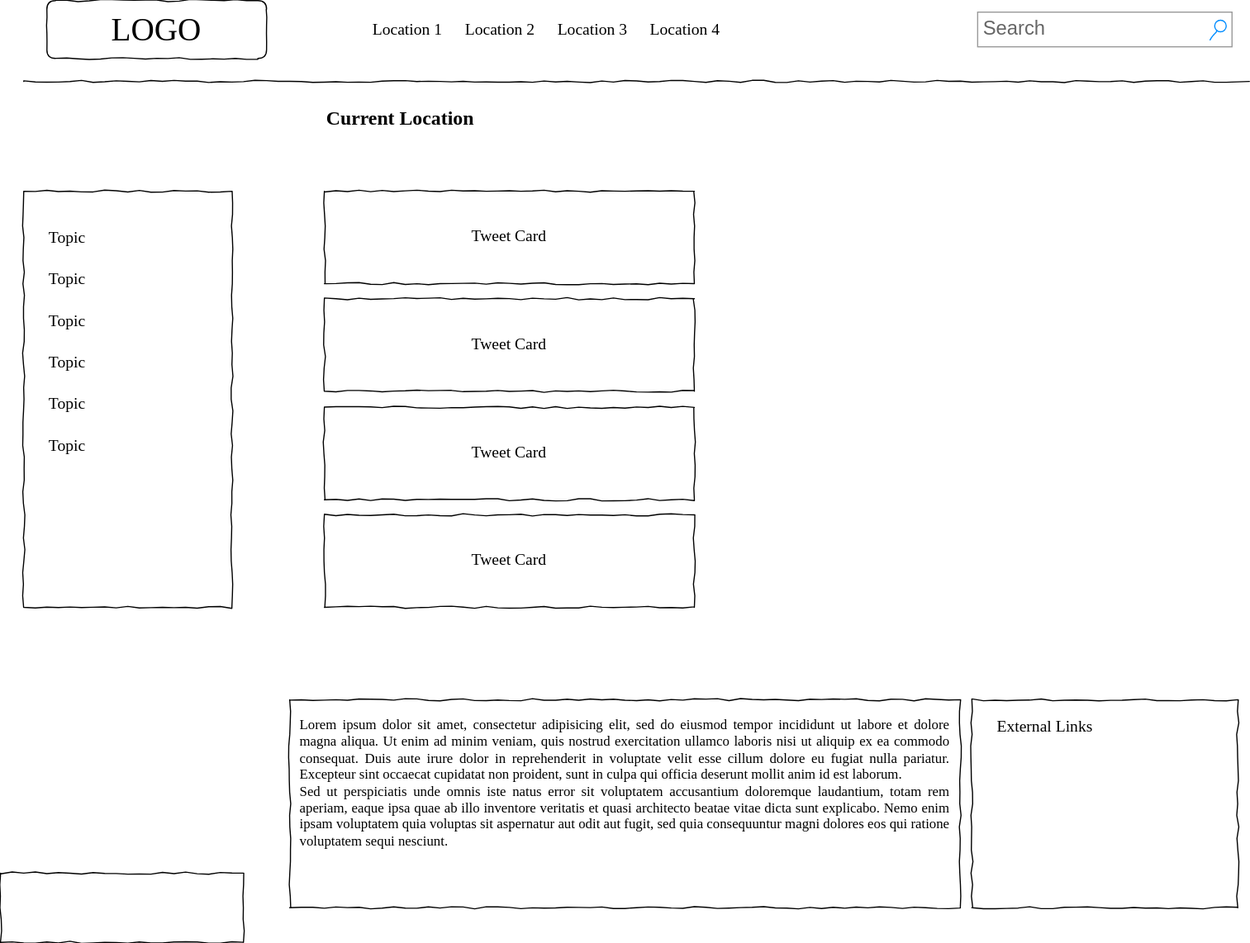
Paul-Newling-Slalom/golang-async-logging-library keeps this draw.io diagram as Untitled Diagram.drawio.svg. Above is the earlier version. Source tidied: cells renumbered, new cells last; positions are measured from the earlier drawing's top-left corner, leaving out a move shared by most shapes. The source it was exported from:
```xml
<mxGraphModel>
  <root>
    <mxCell id="0" />
    <mxCell id="1" parent="0" />
    <mxCell id="2" value="LOGO" style="whiteSpace=wrap;html=1;rounded=1;shadow=0;labelBackgroundColor=none;strokeWidth=1;fontFamily=Verdana;fontSize=28;align=center;comic=1;" parent="1" vertex="1">
      <mxGeometry x="40" width="190" height="50" as="geometry" />
    </mxCell>
    <mxCell id="3" value="Search" style="strokeWidth=1;shadow=0;dashed=0;align=center;html=1;shape=mxgraph.mockup.forms.searchBox;strokeColor=#999999;mainText=;strokeColor2=#008cff;fontColor=#666666;fontSize=17;align=left;spacingLeft=3;rounded=0;labelBackgroundColor=none;comic=1;" parent="1" vertex="1">
      <mxGeometry x="845" y="10" width="220" height="30" as="geometry" />
    </mxCell>
    <mxCell id="4" value="Location 1" style="text;html=1;align=left;verticalAlign=top;spacingTop=-4;fontSize=14;fontFamily=Verdana;" parent="1" vertex="1">
      <mxGeometry x="320" y="15" width="80" height="20" as="geometry" />
    </mxCell>
    <mxCell id="5" value="Location 2" style="text;html=1;align=left;verticalAlign=top;spacingTop=-4;fontSize=14;fontFamily=Verdana;" parent="1" vertex="1">
      <mxGeometry x="400" y="15" width="80" height="20" as="geometry" />
    </mxCell>
    <mxCell id="6" value="Location 3" style="text;html=1;align=left;verticalAlign=top;spacingTop=-4;fontSize=14;fontFamily=Verdana;" parent="1" vertex="1">
      <mxGeometry x="480" y="15" width="80" height="20" as="geometry" />
    </mxCell>
    <mxCell id="7" value="Location 4" style="text;html=1;align=left;verticalAlign=top;spacingTop=-4;fontSize=14;fontFamily=Verdana;" parent="1" vertex="1">
      <mxGeometry x="560" y="15" width="80" height="20" as="geometry" />
    </mxCell>
    <mxCell id="8" style="line;strokeWidth=1;html=1;rounded=0;shadow=0;labelBackgroundColor=none;fillColor=none;fontFamily=Verdana;fontSize=14;fontColor=#000000;align=center;comic=1;" parent="1" vertex="1">
      <mxGeometry x="20" y="25" width="1060" height="90" as="geometry" />
    </mxCell>
    <mxCell id="9" value="Current Location" style="text;html=1;align=left;verticalAlign=top;spacingTop=-4;fontSize=17;fontFamily=Verdana;fontStyle=1;" parent="1" vertex="1">
      <mxGeometry x="280" y="90" width="150" height="35" as="geometry" />
    </mxCell>
    <mxCell id="10" value="&lt;div style=&quot;text-align: justify&quot;&gt;&lt;span&gt;Lorem ipsum dolor sit amet, consectetur adipisicing elit, sed do eiusmod tempor incididunt ut labore et dolore magna aliqua. Ut enim ad minim veniam, quis nostrud exercitation ullamco laboris nisi ut aliquip ex ea commodo consequat. Duis aute irure dolor in reprehenderit in voluptate velit esse cillum dolore eu fugiat nulla pariatur. Excepteur sint occaecat cupidatat non proident, sunt in culpa qui officia deserunt mollit anim id est laborum.&lt;/span&gt;&lt;/div&gt;&lt;div style=&quot;text-align: justify&quot;&gt;&lt;span&gt;Sed ut perspiciatis unde omnis iste natus error sit voluptatem accusantium doloremque laudantium, totam rem aperiam, eaque ipsa quae ab illo inventore veritatis et quasi architecto beatae vitae dicta sunt explicabo. Nemo enim ipsam voluptatem quia voluptas sit aspernatur aut odit aut fugit, sed quia consequuntur magni dolores eos qui ratione voluptatem sequi nesciunt.&amp;nbsp;&lt;/span&gt;&lt;/div&gt;" style="whiteSpace=wrap;html=1;rounded=0;shadow=0;labelBackgroundColor=none;strokeWidth=1;fillColor=none;fontFamily=Verdana;fontSize=12;align=center;verticalAlign=top;spacing=10;comic=1;" parent="1" vertex="1">
      <mxGeometry x="250" y="605" width="580" height="180" as="geometry" />
    </mxCell>
    <mxCell id="11" style="whiteSpace=wrap;html=1;rounded=0;shadow=0;labelBackgroundColor=none;strokeWidth=1;fillColor=none;fontFamily=Verdana;fontSize=12;align=center;comic=1;" parent="1" vertex="1">
      <mxGeometry x="20" y="165" width="180" height="360" as="geometry" />
    </mxCell>
    <mxCell id="12" style="whiteSpace=wrap;html=1;rounded=0;shadow=0;labelBackgroundColor=none;strokeWidth=1;fillColor=none;fontFamily=Verdana;fontSize=12;align=center;comic=1;" parent="1" vertex="1">
      <mxGeometry x="840" y="605" width="230" height="180" as="geometry" />
    </mxCell>
    <mxCell id="13" value="External Links" style="text;html=1;align=left;verticalAlign=top;spacingTop=-4;fontSize=14;fontFamily=Verdana;" parent="1" vertex="1">
      <mxGeometry x="860" y="618" width="170" height="20" as="geometry" />
    </mxCell>
    <mxCell id="14" value="Topic" style="text;html=1;align=left;verticalAlign=top;spacingTop=-4;fontSize=14;fontFamily=Verdana;" parent="1" vertex="1">
      <mxGeometry x="40" y="195" width="170" height="20" as="geometry" />
    </mxCell>
    <mxCell id="15" value="Topic" style="text;html=1;align=left;verticalAlign=top;spacingTop=-4;fontSize=14;fontFamily=Verdana;" parent="1" vertex="1">
      <mxGeometry x="40" y="231" width="170" height="20" as="geometry" />
    </mxCell>
    <mxCell id="16" value="Tweet Card" style="whiteSpace=wrap;html=1;rounded=0;shadow=0;labelBackgroundColor=none;strokeWidth=1;fontFamily=Verdana;fontSize=14;align=center;comic=1;" parent="1" vertex="1">
      <mxGeometry x="280" y="165" width="320" height="80" as="geometry" />
    </mxCell>
    <mxCell id="17" value="Tweet Card" style="whiteSpace=wrap;html=1;rounded=0;shadow=0;labelBackgroundColor=none;strokeWidth=1;fontFamily=Verdana;fontSize=14;align=center;comic=1;" parent="1" vertex="1">
      <mxGeometry x="280" y="258" width="320" height="80" as="geometry" />
    </mxCell>
    <mxCell id="18" value="Tweet Card" style="whiteSpace=wrap;html=1;rounded=0;shadow=0;labelBackgroundColor=none;strokeWidth=1;fontFamily=Verdana;fontSize=14;align=center;comic=1;" parent="1" vertex="1">
      <mxGeometry x="280" y="352" width="320" height="80" as="geometry" />
    </mxCell>
    <mxCell id="19" value="Tweet Card" style="whiteSpace=wrap;html=1;rounded=0;shadow=0;labelBackgroundColor=none;strokeWidth=1;fontFamily=Verdana;fontSize=14;align=center;comic=1;" parent="1" vertex="1">
      <mxGeometry x="280" y="445" width="320" height="80" as="geometry" />
    </mxCell>
    <mxCell id="20" style="whiteSpace=wrap;html=1;rounded=0;shadow=0;labelBackgroundColor=none;strokeColor=#000000;strokeWidth=1;fillColor=none;fontFamily=Verdana;fontSize=12;fontColor=#000000;align=center;comic=1;" parent="1" vertex="1">
      <mxGeometry y="755" width="210" height="60" as="geometry" />
    </mxCell>
    <mxCell id="21" value="Topic" style="text;html=1;align=left;verticalAlign=top;spacingTop=-4;fontSize=14;fontFamily=Verdana;" parent="1" vertex="1">
      <mxGeometry x="40" y="267" width="170" height="20" as="geometry" />
    </mxCell>
    <mxCell id="22" value="Topic" style="text;html=1;align=left;verticalAlign=top;spacingTop=-4;fontSize=14;fontFamily=Verdana;" parent="1" vertex="1">
      <mxGeometry x="40" y="303" width="170" height="20" as="geometry" />
    </mxCell>
    <mxCell id="23" value="Topic" style="text;html=1;align=left;verticalAlign=top;spacingTop=-4;fontSize=14;fontFamily=Verdana;" parent="1" vertex="1">
      <mxGeometry x="40" y="339" width="170" height="20" as="geometry" />
    </mxCell>
    <mxCell id="24" value="Topic" style="text;html=1;align=left;verticalAlign=top;spacingTop=-4;fontSize=14;fontFamily=Verdana;" parent="1" vertex="1">
      <mxGeometry x="40" y="375" width="170" height="20" as="geometry" />
    </mxCell>
  </root>
</mxGraphModel>
```
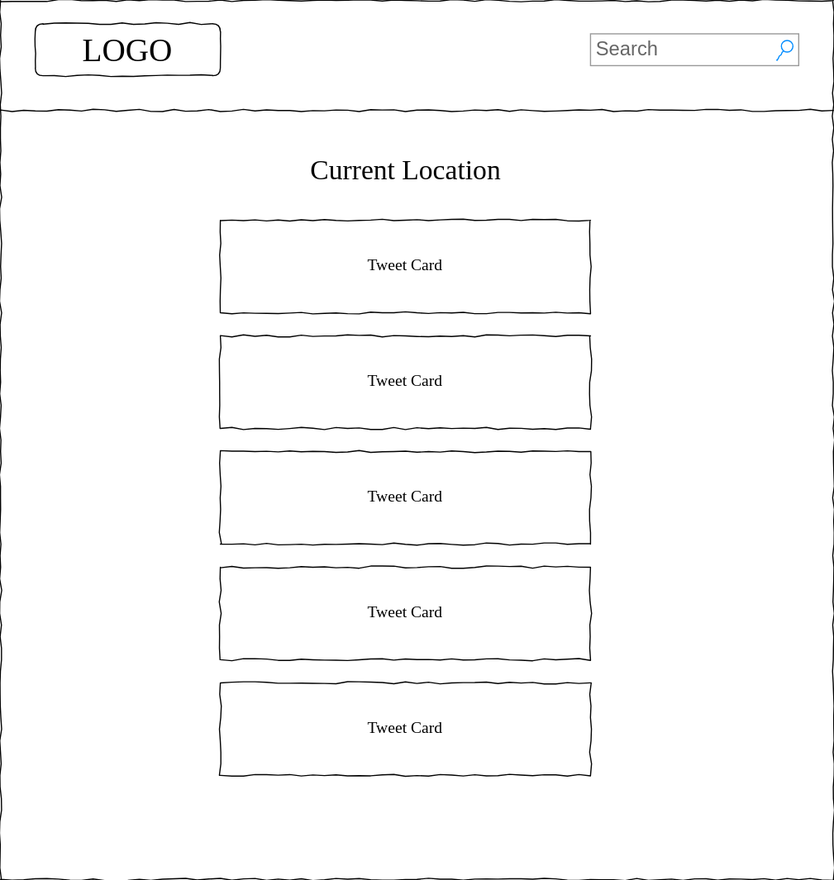
After the commit.

Diff of the diagram source:
```diff
@@ -3,73 +3,34 @@
     <mxCell id="0" />
     <mxCell id="1" parent="0" />
     <mxCell id="2" value="LOGO" style="whiteSpace=wrap;html=1;rounded=1;shadow=0;labelBackgroundColor=none;strokeWidth=1;fontFamily=Verdana;fontSize=28;align=center;comic=1;" parent="1" vertex="1">
-      <mxGeometry x="40" width="190" height="50" as="geometry" />
+      <mxGeometry x="230" y="-5" width="160" height="45" as="geometry" />
     </mxCell>
     <mxCell id="3" value="Search" style="strokeWidth=1;shadow=0;dashed=0;align=center;html=1;shape=mxgraph.mockup.forms.searchBox;strokeColor=#999999;mainText=;strokeColor2=#008cff;fontColor=#666666;fontSize=17;align=left;spacingLeft=3;rounded=0;labelBackgroundColor=none;comic=1;" parent="1" vertex="1">
-      <mxGeometry x="845" y="10" width="220" height="30" as="geometry" />
+      <mxGeometry x="710" y="3.8" width="180" height="27.5" as="geometry" />
     </mxCell>
-    <mxCell id="4" value="Location 1" style="text;html=1;align=left;verticalAlign=top;spacingTop=-4;fontSize=14;fontFamily=Verdana;" parent="1" vertex="1">
-      <mxGeometry x="320" y="15" width="80" height="20" as="geometry" />
-    </mxCell>
-    <mxCell id="5" value="Location 2" style="text;html=1;align=left;verticalAlign=top;spacingTop=-4;fontSize=14;fontFamily=Verdana;" parent="1" vertex="1">
-      <mxGeometry x="400" y="15" width="80" height="20" as="geometry" />
-    </mxCell>
-    <mxCell id="6" value="Location 3" style="text;html=1;align=left;verticalAlign=top;spacingTop=-4;fontSize=14;fontFamily=Verdana;" parent="1" vertex="1">
-      <mxGeometry x="480" y="15" width="80" height="20" as="geometry" />
-    </mxCell>
-    <mxCell id="7" value="Location 4" style="text;html=1;align=left;verticalAlign=top;spacingTop=-4;fontSize=14;fontFamily=Verdana;" parent="1" vertex="1">
-      <mxGeometry x="560" y="15" width="80" height="20" as="geometry" />
-    </mxCell>
     <mxCell id="8" style="line;strokeWidth=1;html=1;rounded=0;shadow=0;labelBackgroundColor=none;fillColor=none;fontFamily=Verdana;fontSize=14;fontColor=#000000;align=center;comic=1;" parent="1" vertex="1">
-      <mxGeometry x="20" y="25" width="1060" height="90" as="geometry" />
+      <mxGeometry x="200" y="25" width="720" height="90" as="geometry" />
     </mxCell>
-    <mxCell id="9" value="Current Location" style="text;html=1;align=left;verticalAlign=top;spacingTop=-4;fontSize=17;fontFamily=Verdana;fontStyle=1;" parent="1" vertex="1">
-      <mxGeometry x="280" y="90" width="150" height="35" as="geometry" />
+    <mxCell id="9" value="Current Location" style="text;html=1;align=center;verticalAlign=top;spacingTop=-4;fontSize=24;fontFamily=Verdana;fontStyle=0;" parent="1" vertex="1">
+      <mxGeometry x="390" y="105" width="320" height="35" as="geometry" />
     </mxCell>
-    <mxCell id="10" value="&lt;div style=&quot;text-align: justify&quot;&gt;&lt;span&gt;Lorem ipsum dolor sit amet, consectetur adipisicing elit, sed do eiusmod tempor incididunt ut labore et dolore magna aliqua. Ut enim ad minim veniam, quis nostrud exercitation ullamco laboris nisi ut aliquip ex ea commodo consequat. Duis aute irure dolor in reprehenderit in voluptate velit esse cillum dolore eu fugiat nulla pariatur. Excepteur sint occaecat cupidatat non proident, sunt in culpa qui officia deserunt mollit anim id est laborum.&lt;/span&gt;&lt;/div&gt;&lt;div style=&quot;text-align: justify&quot;&gt;&lt;span&gt;Sed ut perspiciatis unde omnis iste natus error sit voluptatem accusantium doloremque laudantium, totam rem aperiam, eaque ipsa quae ab illo inventore veritatis et quasi architecto beatae vitae dicta sunt explicabo. Nemo enim ipsam voluptatem quia voluptas sit aspernatur aut odit aut fugit, sed quia consequuntur magni dolores eos qui ratione voluptatem sequi nesciunt.&amp;nbsp;&lt;/span&gt;&lt;/div&gt;" style="whiteSpace=wrap;html=1;rounded=0;shadow=0;labelBackgroundColor=none;strokeWidth=1;fillColor=none;fontFamily=Verdana;fontSize=12;align=center;verticalAlign=top;spacing=10;comic=1;" parent="1" vertex="1">
-      <mxGeometry x="250" y="605" width="580" height="180" as="geometry" />
-    </mxCell>
-    <mxCell id="11" style="whiteSpace=wrap;html=1;rounded=0;shadow=0;labelBackgroundColor=none;strokeWidth=1;fillColor=none;fontFamily=Verdana;fontSize=12;align=center;comic=1;" parent="1" vertex="1">
-      <mxGeometry x="20" y="165" width="180" height="360" as="geometry" />
-    </mxCell>
-    <mxCell id="12" style="whiteSpace=wrap;html=1;rounded=0;shadow=0;labelBackgroundColor=none;strokeWidth=1;fillColor=none;fontFamily=Verdana;fontSize=12;align=center;comic=1;" parent="1" vertex="1">
-      <mxGeometry x="840" y="605" width="230" height="180" as="geometry" />
-    </mxCell>
-    <mxCell id="13" value="External Links" style="text;html=1;align=left;verticalAlign=top;spacingTop=-4;fontSize=14;fontFamily=Verdana;" parent="1" vertex="1">
-      <mxGeometry x="860" y="618" width="170" height="20" as="geometry" />
-    </mxCell>
-    <mxCell id="14" value="Topic" style="text;html=1;align=left;verticalAlign=top;spacingTop=-4;fontSize=14;fontFamily=Verdana;" parent="1" vertex="1">
-      <mxGeometry x="40" y="195" width="170" height="20" as="geometry" />
-    </mxCell>
-    <mxCell id="15" value="Topic" style="text;html=1;align=left;verticalAlign=top;spacingTop=-4;fontSize=14;fontFamily=Verdana;" parent="1" vertex="1">
-      <mxGeometry x="40" y="231" width="170" height="20" as="geometry" />
-    </mxCell>
     <mxCell id="16" value="Tweet Card" style="whiteSpace=wrap;html=1;rounded=0;shadow=0;labelBackgroundColor=none;strokeWidth=1;fontFamily=Verdana;fontSize=14;align=center;comic=1;" parent="1" vertex="1">
-      <mxGeometry x="280" y="165" width="320" height="80" as="geometry" />
+      <mxGeometry x="390" y="165" width="320" height="80" as="geometry" />
     </mxCell>
     <mxCell id="17" value="Tweet Card" style="whiteSpace=wrap;html=1;rounded=0;shadow=0;labelBackgroundColor=none;strokeWidth=1;fontFamily=Verdana;fontSize=14;align=center;comic=1;" parent="1" vertex="1">
-      <mxGeometry x="280" y="258" width="320" height="80" as="geometry" />
+      <mxGeometry x="390" y="265" width="320" height="80" as="geometry" />
     </mxCell>
     <mxCell id="18" value="Tweet Card" style="whiteSpace=wrap;html=1;rounded=0;shadow=0;labelBackgroundColor=none;strokeWidth=1;fontFamily=Verdana;fontSize=14;align=center;comic=1;" parent="1" vertex="1">
-      <mxGeometry x="280" y="352" width="320" height="80" as="geometry" />
+      <mxGeometry x="390" y="365" width="320" height="80" as="geometry" />
     </mxCell>
     <mxCell id="19" value="Tweet Card" style="whiteSpace=wrap;html=1;rounded=0;shadow=0;labelBackgroundColor=none;strokeWidth=1;fontFamily=Verdana;fontSize=14;align=center;comic=1;" parent="1" vertex="1">
-      <mxGeometry x="280" y="445" width="320" height="80" as="geometry" />
+      <mxGeometry x="390" y="465" width="320" height="80" as="geometry" />
     </mxCell>
     <mxCell id="20" style="whiteSpace=wrap;html=1;rounded=0;shadow=0;labelBackgroundColor=none;strokeColor=#000000;strokeWidth=1;fillColor=none;fontFamily=Verdana;fontSize=12;fontColor=#000000;align=center;comic=1;" parent="1" vertex="1">
-      <mxGeometry y="755" width="210" height="60" as="geometry" />
+      <mxGeometry x="200" y="-25" width="720" height="760" as="geometry" />
     </mxCell>
-    <mxCell id="21" value="Topic" style="text;html=1;align=left;verticalAlign=top;spacingTop=-4;fontSize=14;fontFamily=Verdana;" parent="1" vertex="1">
-      <mxGeometry x="40" y="267" width="170" height="20" as="geometry" />
-    </mxCell>
-    <mxCell id="22" value="Topic" style="text;html=1;align=left;verticalAlign=top;spacingTop=-4;fontSize=14;fontFamily=Verdana;" parent="1" vertex="1">
-      <mxGeometry x="40" y="303" width="170" height="20" as="geometry" />
-    </mxCell>
-    <mxCell id="23" value="Topic" style="text;html=1;align=left;verticalAlign=top;spacingTop=-4;fontSize=14;fontFamily=Verdana;" parent="1" vertex="1">
-      <mxGeometry x="40" y="339" width="170" height="20" as="geometry" />
-    </mxCell>
-    <mxCell id="24" value="Topic" style="text;html=1;align=left;verticalAlign=top;spacingTop=-4;fontSize=14;fontFamily=Verdana;" parent="1" vertex="1">
-      <mxGeometry x="40" y="375" width="170" height="20" as="geometry" />
-    </mxCell>
+    <mxCell id="25" value="Tweet Card" style="whiteSpace=wrap;html=1;rounded=0;shadow=0;labelBackgroundColor=none;strokeWidth=1;fontFamily=Verdana;fontSize=14;align=center;comic=1;" parent="1" vertex="1">
+      <mxGeometry x="390" y="565" width="320" height="80" as="geometry" />
+    </mxCell>
   </root>
 </mxGraphModel>
```
